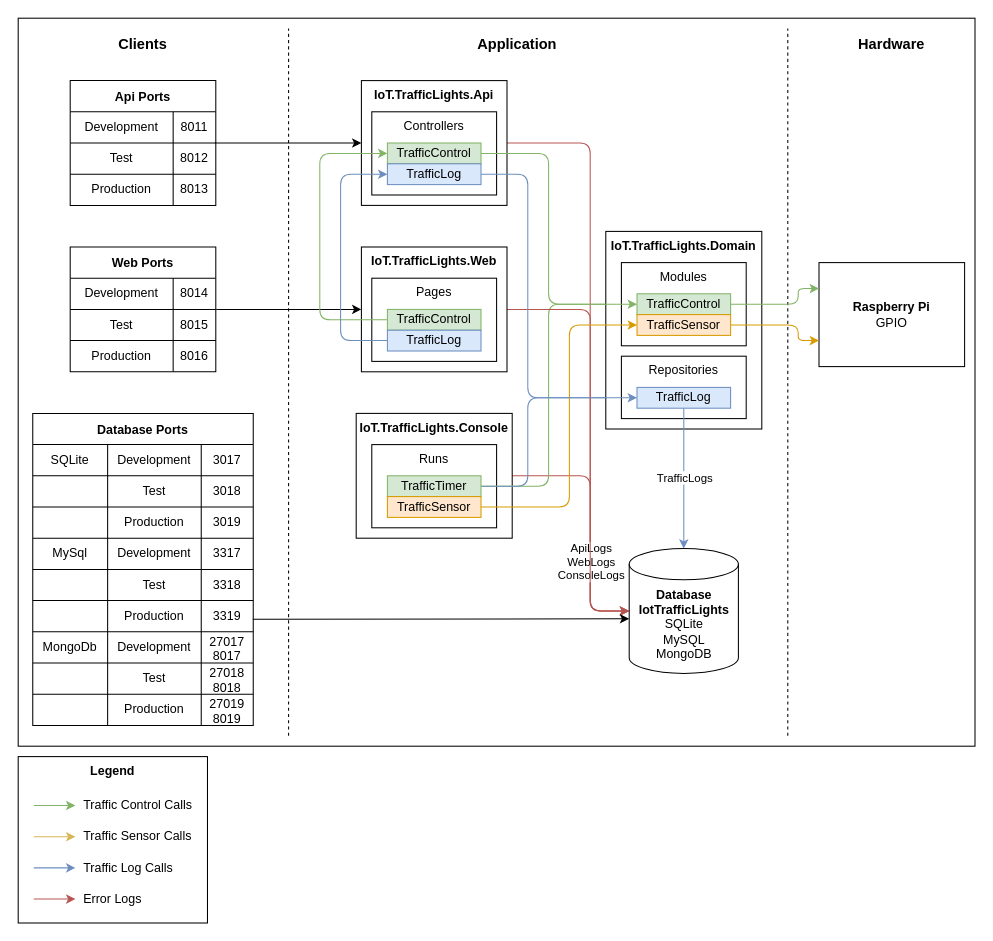
Earlier version of the draw.io diagram .docs/IoT.TrafficLights.Application.drawio (qbituniverse/iot-trafficlights). Source tidied: cells renumbered, new cells numbered last; positions are measured from the earlier drawing's top-left corner, leaving out a move shared by most shapes. Both pictures are drawn from the tidied source at 104%, with x=0, y=0 at pixel (18, 18).
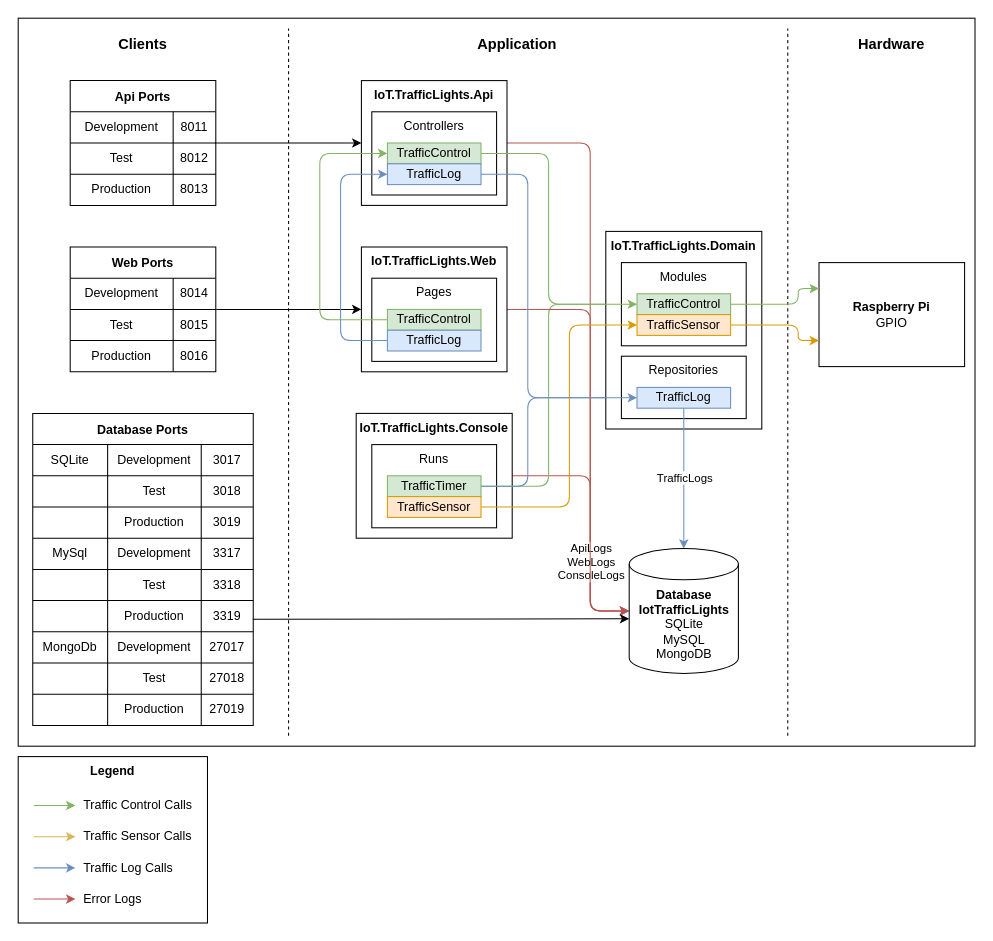
Above is the later version.

The change refers to these unchanged cells:
```xml
<mxCell id="100" style="shape=tableRow;horizontal=0;startSize=0;swimlaneHead=0;swimlaneBody=0;top=0;left=0;bottom=0;right=0;fillColor=none;fontSize=12;" parent="75" vertex="1">
  <mxGeometry y="210" width="212" height="30" as="geometry" />
</mxCell>
<mxCell id="104" style="shape=tableRow;horizontal=0;startSize=0;swimlaneHead=0;swimlaneBody=0;top=0;left=0;bottom=0;right=0;fillColor=none;fontSize=12;" parent="75" vertex="1">
  <mxGeometry y="240" width="212" height="30" as="geometry" />
</mxCell>
<mxCell id="108" style="shape=tableRow;horizontal=0;startSize=0;swimlaneHead=0;swimlaneBody=0;top=0;left=0;bottom=0;right=0;fillColor=none;fontSize=12;" parent="75" vertex="1">
  <mxGeometry y="270" width="212" height="30" as="geometry" />
</mxCell>
```

What changed in the source:
```diff
@@
-    <mxCell id="103" value="27017&lt;br&gt;8017" style="shape=partialRectangle;html=1;whiteSpace=wrap;fillColor=none;top=0;left=0;bottom=0;right=0;overflow=hidden;fontSize=12;" parent="100" vertex="1">
+    <mxCell id="103" value="27017" style="shape=partialRectangle;html=1;whiteSpace=wrap;fillColor=none;top=0;left=0;bottom=0;right=0;overflow=hidden;fontSize=12;" parent="100" vertex="1">
       <mxGeometry x="162" width="50" height="30" as="geometry" />
     </mxCell>
@@
-    <mxCell id="107" value="27018&lt;br&gt;8018" style="shape=partialRectangle;html=1;whiteSpace=wrap;fillColor=none;top=0;left=0;bottom=0;right=0;overflow=hidden;fontSize=12;" parent="104" vertex="1">
+    <mxCell id="107" value="27018" style="shape=partialRectangle;html=1;whiteSpace=wrap;fillColor=none;top=0;left=0;bottom=0;right=0;overflow=hidden;fontSize=12;" parent="104" vertex="1">
       <mxGeometry x="162" width="50" height="30" as="geometry" />
     </mxCell>
@@
-    <mxCell id="111" value="27019&lt;br&gt;8019" style="shape=partialRectangle;html=1;whiteSpace=wrap;fillColor=none;top=0;left=0;bottom=0;right=0;overflow=hidden;fontSize=12;" parent="108" vertex="1">
+    <mxCell id="111" value="27019" style="shape=partialRectangle;html=1;whiteSpace=wrap;fillColor=none;top=0;left=0;bottom=0;right=0;overflow=hidden;fontSize=12;" parent="108" vertex="1">
       <mxGeometry x="162" width="50" height="30" as="geometry" />
     </mxCell>
```
